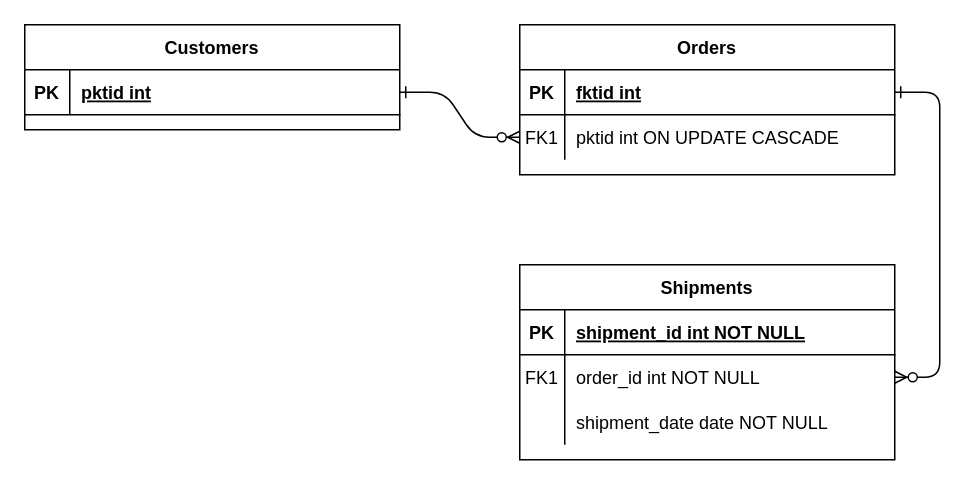
This is Диаграмма без названия.drawio from mackchay/pg_FKtest, a draw.io file, before an edit. Source tidied: cells renumbered, new cells numbered last; positions are measured from the earlier drawing's top-left corner, leaving out a move shared by most shapes. Both pictures are drawn from the tidied source at 150%, with x=0, y=0 at pixel (24, 24).
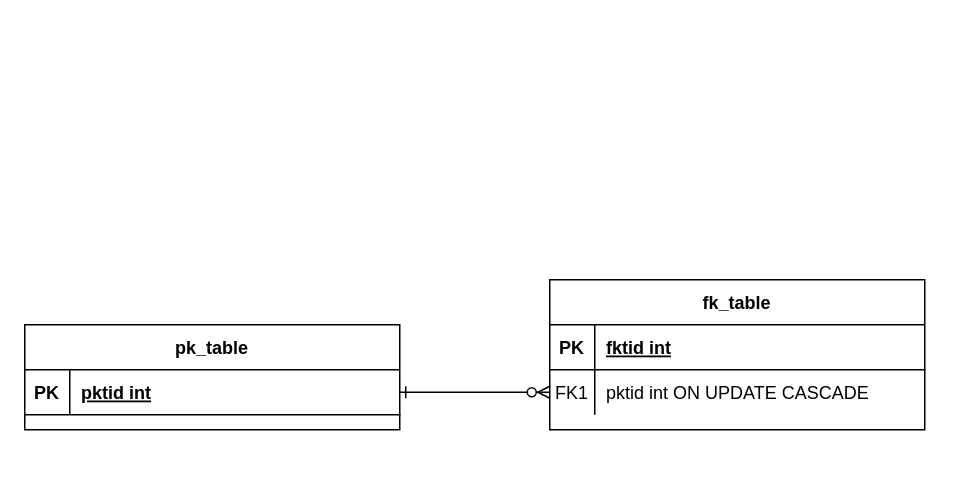
Above is the later version.

Unchanged cells that the change refers to:
```xml
<mxCell id="5" style="shape=partialRectangle;fillColor=none;points=[[0,0.5],[1,0.5]];portConstraint=eastwest;top=0;left=0;right=0;bottom=1;" parent="4" vertex="1">
  <mxGeometry y="30" width="250" height="30" as="geometry" />
</mxCell>
```

The edit, as a diff of the source:
```diff
@@
-    <mxCell id="3" style="edgeStyle=entityRelationEdgeStyle;endArrow=ERzeroToMany;startArrow=ERone;endFill=1;startFill=0;" parent="1" edge="1" source="5" target="15">
-      <mxGeometry relative="1" as="geometry" />
-    </mxCell>
-    <mxCell id="4" value="Orders" style="shape=table;startSize=30;childLayout=tableLayout;rowLines=0;fontStyle=1;align=center;" parent="1" vertex="1">
-      <mxGeometry x="330" width="250" height="100" as="geometry" />
+    <mxCell id="4" value="fk_table" style="shape=table;startSize=30;childLayout=tableLayout;rowLines=0;fontStyle=1;align=center;" parent="1" vertex="1">
+      <mxGeometry x="350" y="170" width="250" height="100" as="geometry" />
     </mxCell>
@@
-    <mxCell id="11" value="Shipments" style="shape=table;startSize=30;childLayout=tableLayout;rowLines=0;fontStyle=1;align=center;" parent="1" vertex="1">
-      <mxGeometry x="330" y="160" width="250" height="130" as="geometry" />
-    </mxCell>
-    <mxCell id="12" style="shape=partialRectangle;fillColor=none;top=0;left=0;right=0;bottom=1;" parent="11" vertex="1">
-      <mxGeometry y="30" width="250" height="30" as="geometry" />
-    </mxCell>
-    <mxCell id="13" value="PK" style="shape=partialRectangle;overflow=hidden;fillColor=none;top=0;left=0;bottom=0;right=0;fontStyle=1;" parent="12" vertex="1">
-      <mxGeometry width="30" height="30" as="geometry" />
-    </mxCell>
-    <mxCell id="14" value="shipment_id int NOT NULL " style="shape=partialRectangle;overflow=hidden;fillColor=none;top=0;left=0;bottom=0;right=0;align=left;spacingLeft=6;fontStyle=5;" parent="12" vertex="1">
-      <mxGeometry x="30" width="220" height="30" as="geometry" />
-    </mxCell>
-    <mxCell id="15" style="shape=partialRectangle;fillColor=none;points=[[0,0.5],[1,0.5]];portConstraint=eastwest;top=0;left=0;right=0;bottom=0;" parent="11" vertex="1">
-      <mxGeometry y="60" width="250" height="30" as="geometry" />
-    </mxCell>
-    <mxCell id="16" value="FK1" style="shape=partialRectangle;overflow=hidden;fillColor=none;top=0;left=0;bottom=0;right=0;" parent="15" vertex="1">
-      <mxGeometry width="30" height="30" as="geometry" />
-    </mxCell>
-    <mxCell id="17" value="order_id int NOT NULL" style="shape=partialRectangle;overflow=hidden;fillColor=none;top=0;left=0;bottom=0;right=0;align=left;spacingLeft=6;" parent="15" vertex="1">
-      <mxGeometry x="30" width="220" height="30" as="geometry" />
-    </mxCell>
-    <mxCell id="18" style="shape=partialRectangle;fillColor=none;top=0;left=0;right=0;bottom=0;" parent="11" vertex="1">
-      <mxGeometry y="90" width="250" height="30" as="geometry" />
-    </mxCell>
-    <mxCell id="19" style="shape=partialRectangle;overflow=hidden;fillColor=none;top=0;left=0;bottom=0;right=0;" parent="18" vertex="1">
-      <mxGeometry width="30" height="30" as="geometry" />
-    </mxCell>
-    <mxCell id="20" value="shipment_date date NOT NULL" style="shape=partialRectangle;overflow=hidden;fillColor=none;top=0;left=0;bottom=0;right=0;align=left;spacingLeft=6;" parent="18" vertex="1">
-      <mxGeometry x="30" width="220" height="30" as="geometry" />
-    </mxCell>
-    <mxCell id="21" value="Customers" style="shape=table;startSize=30;childLayout=tableLayout;rowLines=0;fontStyle=1;align=center;" parent="1" vertex="1">
-      <mxGeometry width="250" height="70" as="geometry" />
+    <mxCell id="21" value="pk_table" style="shape=table;startSize=30;childLayout=tableLayout;rowLines=0;fontStyle=1;align=center;" parent="1" vertex="1">
+      <mxGeometry y="200" width="250" height="70" as="geometry" />
     </mxCell>
```
